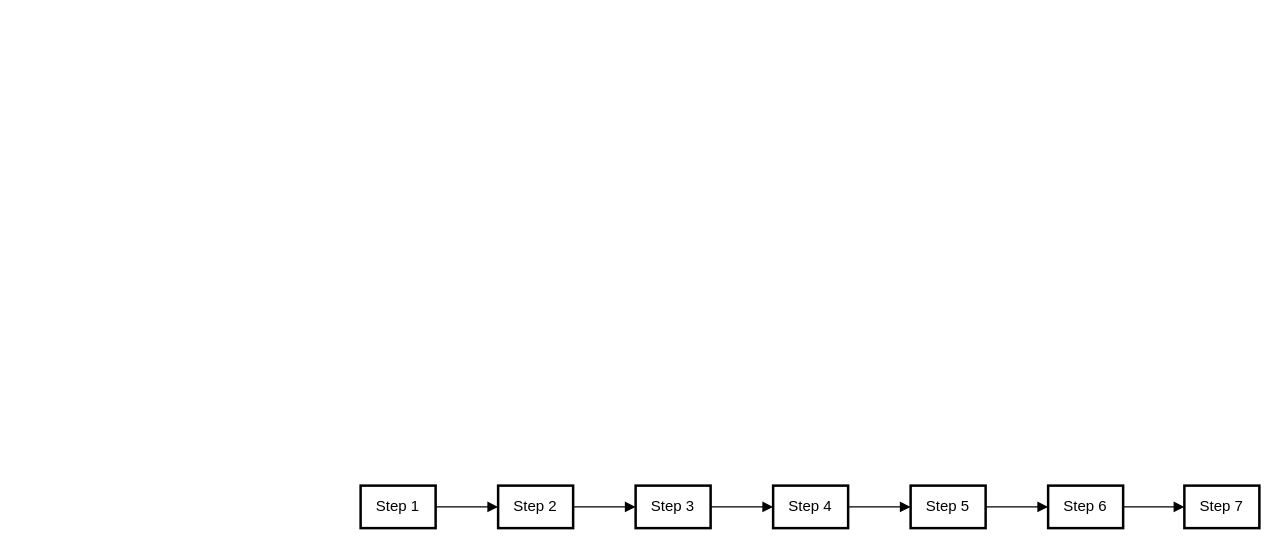
This is react project.drawio from Blubas35/FullStackProject, a draw.io file, before an edit. Source tidied: cells renumbered, new cells numbered last; positions are measured from the earlier drawing's top-left corner, leaving out a move shared by most shapes. Both pictures are drawn from the tidied source at 125%, with x=0, y=0 at pixel (360, 485).
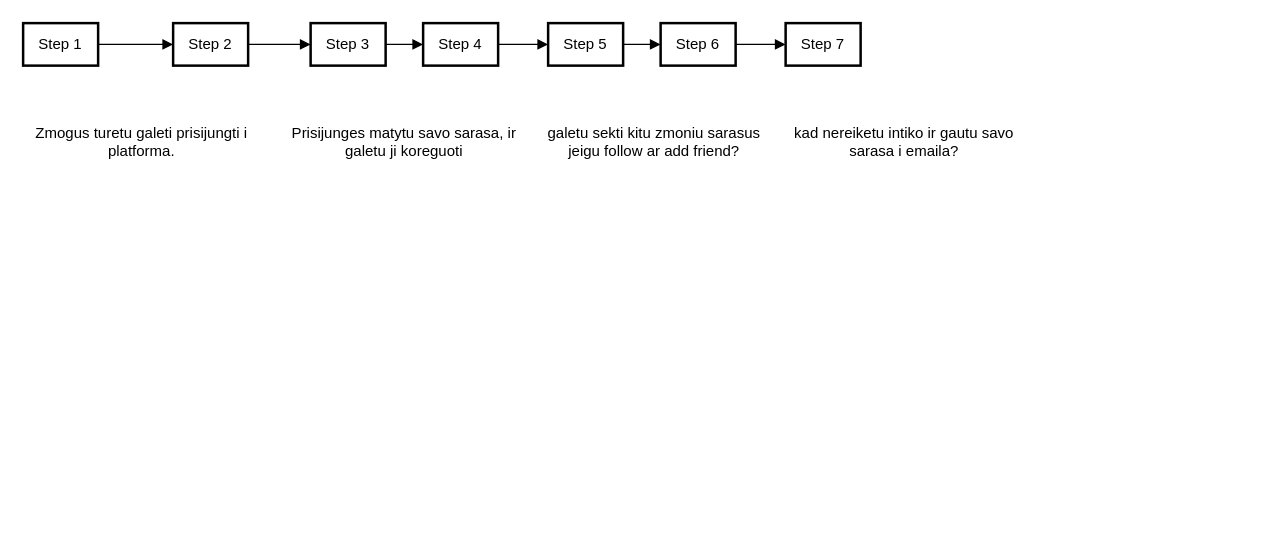
The same diagram, later.

What changed in the source:
```diff
@@
 <mxGraphModel>
   <root>
     <mxCell id="0" />
     <mxCell id="1" parent="0" />
     <mxCell id="2" value="Step 1" style="whiteSpace=wrap;strokeWidth=2;" parent="1" vertex="1">
-      <mxGeometry width="60" height="34" as="geometry" />
+      <mxGeometry x="-270" y="-370" width="60" height="34" as="geometry" />
     </mxCell>
     <mxCell id="3" value="Step 2" style="whiteSpace=wrap;strokeWidth=2;" parent="1" vertex="1">
-      <mxGeometry x="110" width="60" height="34" as="geometry" />
+      <mxGeometry x="-150" y="-370" width="60" height="34" as="geometry" />
     </mxCell>
     <mxCell id="4" value="Step 3" style="whiteSpace=wrap;strokeWidth=2;" parent="1" vertex="1">
-      <mxGeometry x="220" width="60" height="34" as="geometry" />
+      <mxGeometry x="-40" y="-370" width="60" height="34" as="geometry" />
     </mxCell>
     <mxCell id="5" value="Step 4" style="whiteSpace=wrap;strokeWidth=2;" parent="1" vertex="1">
-      <mxGeometry x="330" width="60" height="34" as="geometry" />
+      <mxGeometry x="50" y="-370" width="60" height="34" as="geometry" />
     </mxCell>
     <mxCell id="6" value="Step 5" style="whiteSpace=wrap;strokeWidth=2;" parent="1" vertex="1">
-      <mxGeometry x="440" width="60" height="34" as="geometry" />
+      <mxGeometry x="150" y="-370" width="60" height="34" as="geometry" />
     </mxCell>
     <mxCell id="7" value="Step 6" style="whiteSpace=wrap;strokeWidth=2;" parent="1" vertex="1">
-      <mxGeometry x="550" width="60" height="34" as="geometry" />
+      <mxGeometry x="240" y="-370" width="60" height="34" as="geometry" />
     </mxCell>
     <mxCell id="8" value="Step 7" style="whiteSpace=wrap;strokeWidth=2;" parent="1" vertex="1">
-      <mxGeometry x="659" width="60" height="34" as="geometry" />
+      <mxGeometry x="340" y="-370" width="60" height="34" as="geometry" />
     </mxCell>
     <mxCell id="9" style="curved=1;startArrow=none;endArrow=block;exitX=1;exitY=0.5;entryX=0;entryY=0.5;" parent="1" edge="1" source="2" target="3">
       <mxGeometry relative="1" as="geometry" />
     </mxCell>
     <mxCell id="10" style="curved=1;startArrow=none;endArrow=block;exitX=1;exitY=0.5;entryX=0;entryY=0.5;" parent="1" edge="1" source="3" target="4">
       <mxGeometry relative="1" as="geometry" />
     </mxCell>
     <mxCell id="11" style="curved=1;startArrow=none;endArrow=block;exitX=1;exitY=0.5;entryX=0;entryY=0.5;" parent="1" edge="1" source="4" target="5">
       <mxGeometry relative="1" as="geometry" />
     </mxCell>
     <mxCell id="12" style="curved=1;startArrow=none;endArrow=block;exitX=0.99;exitY=0.5;entryX=-0.01;entryY=0.5;" parent="1" edge="1" source="5" target="6">
       <mxGeometry relative="1" as="geometry" />
     </mxCell>
     <mxCell id="13" style="curved=1;startArrow=none;endArrow=block;exitX=0.99;exitY=0.5;entryX=-0.01;entryY=0.5;" parent="1" edge="1" source="6" target="7">
       <mxGeometry relative="1" as="geometry" />
     </mxCell>
     <mxCell id="14" style="curved=1;startArrow=none;endArrow=block;exitX=0.99;exitY=0.5;entryX=0.01;entryY=0.5;" parent="1" edge="1" source="7" target="8">
       <mxGeometry relative="1" as="geometry" />
     </mxCell>
+    <mxCell id="15" value="&lt;div&gt;Prisijunges matytu savo sarasa, ir galetu ji koreguoti&lt;/div&gt;" style="text;strokeColor=none;align=center;fillColor=none;html=1;verticalAlign=middle;whiteSpace=wrap;rounded=0;" parent="1" vertex="1">
+      <mxGeometry x="-60" y="-290" width="190" height="30" as="geometry" />
+    </mxCell>
+    <mxCell id="16" value="Zmogus turetu galeti prisijungti i platforma." style="text;strokeColor=none;align=center;fillColor=none;html=1;verticalAlign=middle;whiteSpace=wrap;rounded=0;" parent="1" vertex="1">
+      <mxGeometry x="-270" y="-290" width="190" height="30" as="geometry" />
+    </mxCell>
+    <mxCell id="17" value="&lt;div&gt;galetu sekti kitu zmoniu sarasus jeigu follow ar add friend?&lt;/div&gt;" style="text;strokeColor=none;align=center;fillColor=none;html=1;verticalAlign=middle;whiteSpace=wrap;rounded=0;" parent="1" vertex="1">
+      <mxGeometry x="140" y="-290" width="190" height="30" as="geometry" />
+    </mxCell>
+    <mxCell id="18" value="&lt;div&gt;kad nereiketu intiko ir gautu savo sarasa i emaila?&lt;/div&gt;" style="text;strokeColor=none;align=center;fillColor=none;html=1;verticalAlign=middle;whiteSpace=wrap;rounded=0;" parent="1" vertex="1">
+      <mxGeometry x="340" y="-290" width="190" height="30" as="geometry" />
+    </mxCell>
   </root>
 </mxGraphModel>
```
